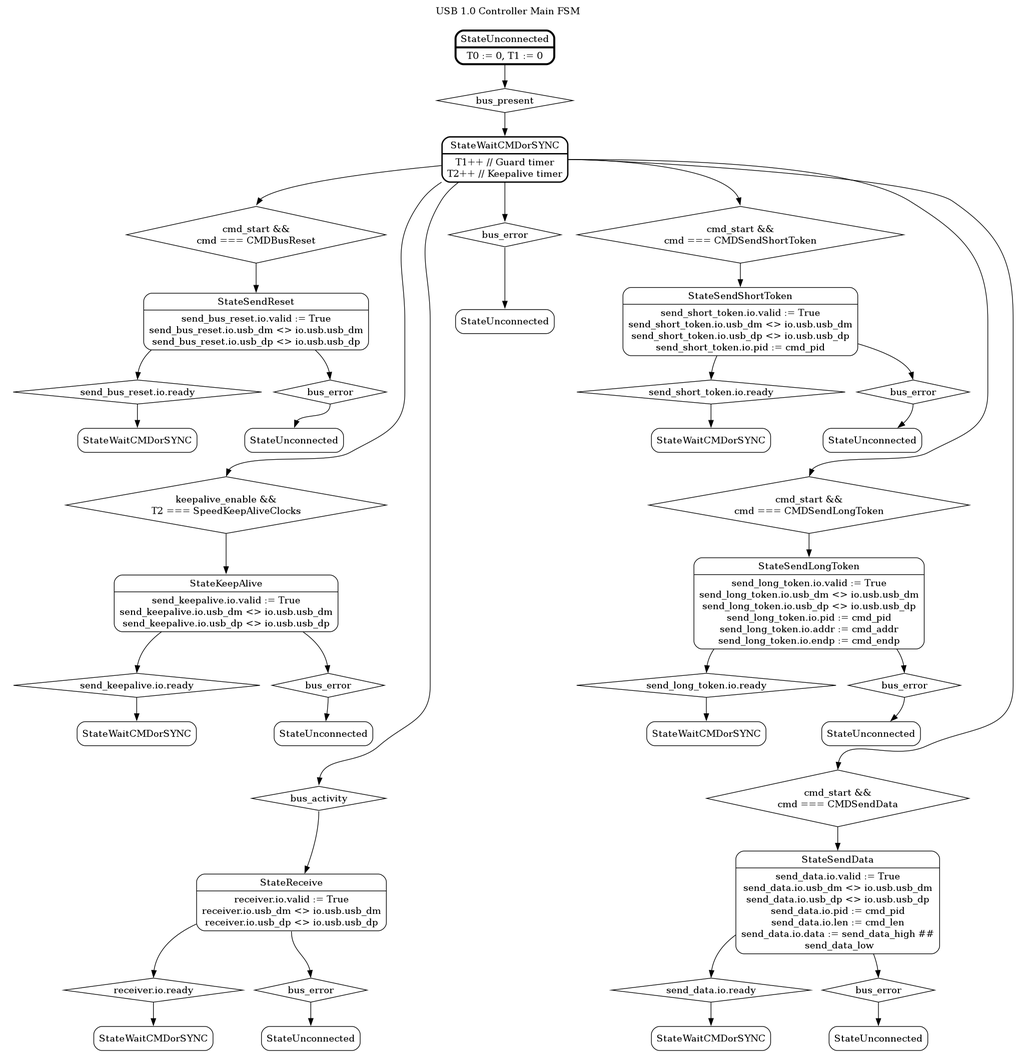
Above: doc/graphs/USB10/USBMain.png in pointcheck/KarnixSOC (Graphviz), before the change. Its source is kept beside it as doc/graphs/USB10/USBMain.dot. Source of this version:
```dot
digraph USBMain {

	labelloc="t";
	label="USB 1.0 Controller Main FSM";
	rankdir=TB; // Layout from top to bottom
	node [shape=Mrecord]; // Shape of the nodes - rounded rect

	subgraph cluster_0 {
		rankdir = TB;
		color = invis;
		label = "";
		StateUnconnected [penwidth=3, label = "{StateUnconnected|T0 := 0, T1 := 0}"];
		StateWaitCMDorSYNC [penwidth=2, label = "{StateWaitCMDorSYNC|T1++ // Guard timer\nT2++ // Keepalive timer}"];
		StateUnconnected -> StateWaitCMDorSYNC0; StateWaitCMDorSYNC0 [shape = diamond, label = "bus_present" ]; StateWaitCMDorSYNC0:s -> StateWaitCMDorSYNC;
	}

	subgraph cluster_1 {
		rankdir = TB;
		color = invis;
		label = "";

		StateWaitCMDorSYNC -> StateSendReset0:n;
		StateSendReset [label = "{StateSendReset|send_bus_reset.io.valid := True\nsend_bus_reset.io.usb_dm \<\> io.usb.usb_dm\nsend_bus_reset.io.usb_dp \<\> io.usb.usb_dp}"];
		StateSendReset -> StateWaitCMDorSYNC2:n; StateWaitCMDorSYNC2 [shape = diamond, label = "send_bus_reset.io.ready"]; StateWaitCMDorSYNC2:s -> StateWaitCMDorSYNC22:n; StateWaitCMDorSYNC22 [label = "StateWaitCMDorSYNC"];
		StateSendReset-> StateUnconnected3:n; StateUnconnected3 [shape = diamond, label = "bus_error"]; StateUnconnected3:s -> StateUnconnected32:n; StateUnconnected32 [label = "StateUnconnected"];
		StateUnconnected32:s -> StateKeepAlive0 [style = invis];
		StateSendReset0:s -> StateSendReset;
	 	StateSendReset0 [ shape = diamond, label = "cmd_start &&\ncmd === CMDBusReset" ];

		StateWaitCMDorSYNC -> StateKeepAlive0:n; StateKeepAlive0 [shape = diamond, label = "keepalive_enable &&\nT2 === SpeedKeepAliveClocks"]; StateKeepAlive0:s -> StateKeepAlive:n;
		StateKeepAlive -> StateWaitCMDorSYNC1:n; StateWaitCMDorSYNC1 [shape = diamond, label = "send_keepalive.io.ready"]; StateWaitCMDorSYNC1:s -> StateWaitCMDorSYNC12:n; StateWaitCMDorSYNC12 [label = "StateWaitCMDorSYNC"];
		StateKeepAlive -> StateUnconnected1:n; StateUnconnected1 [shape = diamond, label = "bus_error"]; StateUnconnected1:s -> StateUnconnected12; StateUnconnected12 [label = "StateUnconnected"];
		StateKeepAlive [ label = "{StateKeepAlive|send_keepalive.io.valid := True\nsend_keepalive.io.usb_dm \<\> io.usb.usb_dm\nsend_keepalive.io.usb_dp \<\> io.usb.usb_dp}" ];
		StateUnconnected12:s -> StateReceive0 [style = invis];

		StateWaitCMDorSYNC -> StateReceive0:n; StateReceive0 [ shape = diamond, label = "bus_activity" ]; StateReceive0:s -> StateReceive; StateReceive [label = "{StateReceive|receiver.io.valid := True\nreceiver.io.usb_dm \<\> io.usb.usb_dm\nreceiver.io.usb_dp \<\> io.usb.usb_dp}"];
		StateReceive -> StateWaitCMDorSYNC3:n; StateWaitCMDorSYNC3 [shape = diamond, label = "receiver.io.ready"]; StateWaitCMDorSYNC3:s -> StateWaitCMDorSYNC32; StateWaitCMDorSYNC32 [label = "StateWaitCMDorSYNC"];
		StateReceive:s -> StateUnconnected4:n; StateUnconnected4 [shape = diamond, label = "bus_error"];
		StateUnconnected4:s -> StateUnconnected42:n; StateUnconnected42 [label = "StateUnconnected"];

	}

	subgraph cluster_2 {
		color = invis;
		label = "";
		StateWaitCMDorSYNC -> StateUnconnected2:n; StateUnconnected2:s -> StateUnconnected123:n; StateUnconnected2 [ shape = diamond, label = "bus_error"]; StateUnconnected123 [label = "{StateUnconnected}"];
	}


	subgraph cluster_3 {
		color = invis;
		label = "";

		StateWaitCMDorSYNC:e -> StateSendData0:n; StateSendData0 [ shape = diamond, label = "cmd_start &&\ncmd === CMDSendData" ]; StateSendData0:s -> StateSendData; StateSendData [ label = "{StateSendData|send_data.io.valid := True\nsend_data.io.usb_dm \<\> io.usb.usb_dm\nsend_data.io.usb_dp \<\> io.usb.usb_dp\nsend_data.io.pid := cmd_pid\nsend_data.io.len := cmd_len\nsend_data.io.data := send_data_high ##\n  send_data_low}"];
		StateWaitCMDorSYNC:e -> StateSendShortToken0:n; StateSendShortToken0 [ shape = diamond, label = "cmd_start &&\ncmd === CMDSendShortToken" ]; StateSendShortToken0:s -> StateSendShortToken; StateSendShortToken [ label = "{StateSendShortToken|send_short_token.io.valid := True\nsend_short_token.io.usb_dm \<\> io.usb.usb_dm\nsend_short_token.io.usb_dp \<\> io.usb.usb_dp\nsend_short_token.io.pid := cmd_pid}"];
		StateWaitCMDorSYNC:e -> StateSendLongToken0:n; StateSendLongToken0 [ shape = diamond, label = "cmd_start &&\ncmd === CMDSendLongToken" ]; StateSendLongToken0:s -> StateSendLongToken:n; StateSendLongToken [ label = "{StateSendLongToken|send_long_token.io.valid := True\nsend_long_token.io.usb_dm \<\>\ io.usb.usb_dm\nsend_long_token.io.usb_dp \<\> io.usb.usb_dp\nsend_long_token.io.pid := cmd_pid\nsend_long_token.io.addr := cmd_addr\nsend_long_token.io.endp := cmd_endp}"];


		StateSendShortToken -> StateWaitCMDorSYNC5:n; StateWaitCMDorSYNC5 [shape = diamond, label = "send_short_token.io.ready"]; StateWaitCMDorSYNC5:s -> StateWaitCMDorSYNC52:n; StateWaitCMDorSYNC52 [label = "StateWaitCMDorSYNC"];
		StateSendShortToken -> StateUnconnected6:n; StateUnconnected6 [shape = diamond, label = "bus_error"]; StateUnconnected6:s -> StateUnconnected62; StateUnconnected62 [label = "StateUnconnected"];


		StateSendData -> StateWaitCMDorSYNC4:n; StateWaitCMDorSYNC4 [shape = diamond, label = "send_data.io.ready"]; StateWaitCMDorSYNC4:s -> StateWaitCMDorSYNC42:n; StateWaitCMDorSYNC42 [label = "StateWaitCMDorSYNC"];
		StateSendData -> StateUnconnected5:n; StateUnconnected5 [shape = diamond, label = "bus_error"]; StateUnconnected5:s -> StateUnconnected52; StateUnconnected52 [label = "StateUnconnected"];


		StateSendLongToken -> StateWaitCMDorSYNC6:n; StateWaitCMDorSYNC6 [shape = diamond, label = "send_long_token.io.ready"]; StateWaitCMDorSYNC6:s -> StateWaitCMDorSYNC62:n; StateWaitCMDorSYNC62 [label = "StateWaitCMDorSYNC"];
		StateSendLongToken -> StateUnconnected7:n; StateUnconnected7 [shape = diamond, label = "bus_error"]; StateUnconnected7:s -> StateUnconnected72; StateUnconnected72 [label = "StateUnconnected"];

		StateUnconnected62 -> StateSendLongToken0 [style = invis];
		StateUnconnected72 -> StateSendData0 [style = invis]
	}

}
```
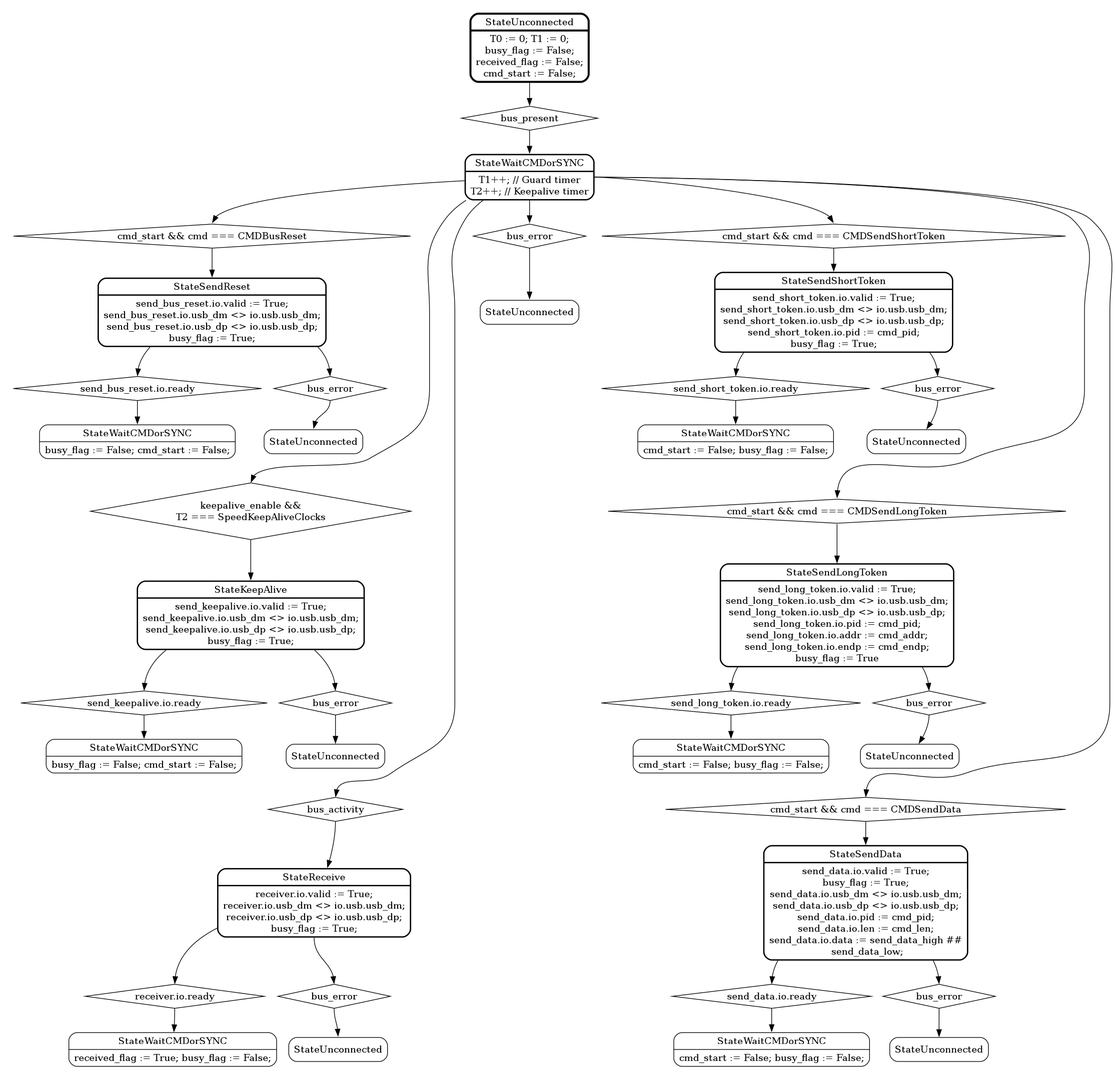
After the change.

The edit, as a diff of the source:
```diff
@@ -1,7 +1,5 @@
 digraph USBMain {
 
-	labelloc="t";
-	label="USB 1.0 Controller Main FSM";
 	rankdir=TB; // Layout from top to bottom
 	node [shape=Mrecord]; // Shape of the nodes - rounded rect
 
@@ -9,8 +7,8 @@
 		rankdir = TB;
 		color = invis;
 		label = "";
-		StateUnconnected [penwidth=3, label = "{StateUnconnected|T0 := 0, T1 := 0}"];
-		StateWaitCMDorSYNC [penwidth=2, label = "{StateWaitCMDorSYNC|T1++ // Guard timer\nT2++ // Keepalive timer}"];
+		StateUnconnected [penwidth=3, label = "{StateUnconnected|T0 := 0; T1 := 0;\nbusy_flag := False;\nreceived_flag := False;\ncmd_start := False;}"];
+		StateWaitCMDorSYNC [penwidth=2, label = "{StateWaitCMDorSYNC|T1++; // Guard timer\nT2++; // Keepalive timer}"];
 		StateUnconnected -> StateWaitCMDorSYNC0; StateWaitCMDorSYNC0 [shape = diamond, label = "bus_present" ]; StateWaitCMDorSYNC0:s -> StateWaitCMDorSYNC;
 	}
 
@@ -20,21 +18,21 @@
 		label = "";
 
 		StateWaitCMDorSYNC -> StateSendReset0:n;
-		StateSendReset [label = "{StateSendReset|send_bus_reset.io.valid := True\nsend_bus_reset.io.usb_dm \<\> io.usb.usb_dm\nsend_bus_reset.io.usb_dp \<\> io.usb.usb_dp}"];
-		StateSendReset -> StateWaitCMDorSYNC2:n; StateWaitCMDorSYNC2 [shape = diamond, label = "send_bus_reset.io.ready"]; StateWaitCMDorSYNC2:s -> StateWaitCMDorSYNC22:n; StateWaitCMDorSYNC22 [label = "StateWaitCMDorSYNC"];
+		StateSendReset [penwidth=2, label = "{StateSendReset|send_bus_reset.io.valid := True;\nsend_bus_reset.io.usb_dm \<\> io.usb.usb_dm;\nsend_bus_reset.io.usb_dp \<\> io.usb.usb_dp;\nbusy_flag := True;}"];
+		StateSendReset -> StateWaitCMDorSYNC2:n; StateWaitCMDorSYNC2 [shape = diamond, label = "send_bus_reset.io.ready"]; StateWaitCMDorSYNC2:s -> StateWaitCMDorSYNC22:n; StateWaitCMDorSYNC22 [label = "{StateWaitCMDorSYNC|busy_flag := False; cmd_start := False;\n}"];
 		StateSendReset-> StateUnconnected3:n; StateUnconnected3 [shape = diamond, label = "bus_error"]; StateUnconnected3:s -> StateUnconnected32:n; StateUnconnected32 [label = "StateUnconnected"];
 		StateUnconnected32:s -> StateKeepAlive0 [style = invis];
 		StateSendReset0:s -> StateSendReset;
-	 	StateSendReset0 [ shape = diamond, label = "cmd_start &&\ncmd === CMDBusReset" ];
+	 	StateSendReset0 [ shape = diamond, label = "cmd_start && cmd === CMDBusReset" ];
 
 		StateWaitCMDorSYNC -> StateKeepAlive0:n; StateKeepAlive0 [shape = diamond, label = "keepalive_enable &&\nT2 === SpeedKeepAliveClocks"]; StateKeepAlive0:s -> StateKeepAlive:n;
-		StateKeepAlive -> StateWaitCMDorSYNC1:n; StateWaitCMDorSYNC1 [shape = diamond, label = "send_keepalive.io.ready"]; StateWaitCMDorSYNC1:s -> StateWaitCMDorSYNC12:n; StateWaitCMDorSYNC12 [label = "StateWaitCMDorSYNC"];
+		StateKeepAlive -> StateWaitCMDorSYNC1:n; StateWaitCMDorSYNC1 [shape = diamond, label = "send_keepalive.io.ready"]; StateWaitCMDorSYNC1:s -> StateWaitCMDorSYNC12:n; StateWaitCMDorSYNC12 [label = "{StateWaitCMDorSYNC|busy_flag := False; cmd_start := False;}"];
 		StateKeepAlive -> StateUnconnected1:n; StateUnconnected1 [shape = diamond, label = "bus_error"]; StateUnconnected1:s -> StateUnconnected12; StateUnconnected12 [label = "StateUnconnected"];
-		StateKeepAlive [ label = "{StateKeepAlive|send_keepalive.io.valid := True\nsend_keepalive.io.usb_dm \<\> io.usb.usb_dm\nsend_keepalive.io.usb_dp \<\> io.usb.usb_dp}" ];
+		StateKeepAlive [penwidth=2, label = "{StateKeepAlive|send_keepalive.io.valid := True;\nsend_keepalive.io.usb_dm \<\> io.usb.usb_dm;\nsend_keepalive.io.usb_dp \<\> io.usb.usb_dp;\nbusy_flag := True;}" ];
 		StateUnconnected12:s -> StateReceive0 [style = invis];
 
-		StateWaitCMDorSYNC -> StateReceive0:n; StateReceive0 [ shape = diamond, label = "bus_activity" ]; StateReceive0:s -> StateReceive; StateReceive [label = "{StateReceive|receiver.io.valid := True\nreceiver.io.usb_dm \<\> io.usb.usb_dm\nreceiver.io.usb_dp \<\> io.usb.usb_dp}"];
-		StateReceive -> StateWaitCMDorSYNC3:n; StateWaitCMDorSYNC3 [shape = diamond, label = "receiver.io.ready"]; StateWaitCMDorSYNC3:s -> StateWaitCMDorSYNC32; StateWaitCMDorSYNC32 [label = "StateWaitCMDorSYNC"];
+		StateWaitCMDorSYNC -> StateReceive0:n; StateReceive0 [ shape = diamond, label = "bus_activity" ]; StateReceive0:s -> StateReceive; StateReceive [penwidth=2, label = "{StateReceive|receiver.io.valid := True;\nreceiver.io.usb_dm \<\> io.usb.usb_dm;\nreceiver.io.usb_dp \<\> io.usb.usb_dp;\nbusy_flag := True;}"];
+		StateReceive -> StateWaitCMDorSYNC3:n; StateWaitCMDorSYNC3 [shape = diamond, label = "receiver.io.ready"]; StateWaitCMDorSYNC3:s -> StateWaitCMDorSYNC32; StateWaitCMDorSYNC32 [label = "{StateWaitCMDorSYNC|received_flag := True; busy_flag := False;}"];
 		StateReceive:s -> StateUnconnected4:n; StateUnconnected4 [shape = diamond, label = "bus_error"];
 		StateUnconnected4:s -> StateUnconnected42:n; StateUnconnected42 [label = "StateUnconnected"];
 
@@ -51,20 +49,20 @@
 		color = invis;
 		label = "";
 
-		StateWaitCMDorSYNC:e -> StateSendData0:n; StateSendData0 [ shape = diamond, label = "cmd_start &&\ncmd === CMDSendData" ]; StateSendData0:s -> StateSendData; StateSendData [ label = "{StateSendData|send_data.io.valid := True\nsend_data.io.usb_dm \<\> io.usb.usb_dm\nsend_data.io.usb_dp \<\> io.usb.usb_dp\nsend_data.io.pid := cmd_pid\nsend_data.io.len := cmd_len\nsend_data.io.data := send_data_high ##\n  send_data_low}"];
-		StateWaitCMDorSYNC:e -> StateSendShortToken0:n; StateSendShortToken0 [ shape = diamond, label = "cmd_start &&\ncmd === CMDSendShortToken" ]; StateSendShortToken0:s -> StateSendShortToken; StateSendShortToken [ label = "{StateSendShortToken|send_short_token.io.valid := True\nsend_short_token.io.usb_dm \<\> io.usb.usb_dm\nsend_short_token.io.usb_dp \<\> io.usb.usb_dp\nsend_short_token.io.pid := cmd_pid}"];
-		StateWaitCMDorSYNC:e -> StateSendLongToken0:n; StateSendLongToken0 [ shape = diamond, label = "cmd_start &&\ncmd === CMDSendLongToken" ]; StateSendLongToken0:s -> StateSendLongToken:n; StateSendLongToken [ label = "{StateSendLongToken|send_long_token.io.valid := True\nsend_long_token.io.usb_dm \<\>\ io.usb.usb_dm\nsend_long_token.io.usb_dp \<\> io.usb.usb_dp\nsend_long_token.io.pid := cmd_pid\nsend_long_token.io.addr := cmd_addr\nsend_long_token.io.endp := cmd_endp}"];
+		StateWaitCMDorSYNC:e -> StateSendData0:n; StateSendData0 [ shape = diamond, label = "cmd_start && cmd === CMDSendData" ]; StateSendData0:s -> StateSendData; StateSendData [penwidth=2, label = "{StateSendData|send_data.io.valid := True;\nbusy_flag := True;\nsend_data.io.usb_dm \<\> io.usb.usb_dm;\nsend_data.io.usb_dp \<\> io.usb.usb_dp;\nsend_data.io.pid := cmd_pid;\nsend_data.io.len := cmd_len;\nsend_data.io.data := send_data_high ##\n  send_data_low;}"];
+		StateWaitCMDorSYNC:e -> StateSendShortToken0:n; StateSendShortToken0 [ shape = diamond, label = "cmd_start && cmd === CMDSendShortToken" ]; StateSendShortToken0:s -> StateSendShortToken; StateSendShortToken [penwidth=2, label = "{StateSendShortToken|send_short_token.io.valid := True;\nsend_short_token.io.usb_dm \<\> io.usb.usb_dm;\nsend_short_token.io.usb_dp \<\> io.usb.usb_dp;\nsend_short_token.io.pid := cmd_pid;\nbusy_flag := True;}"];
+		StateWaitCMDorSYNC:e -> StateSendLongToken0:n; StateSendLongToken0 [ shape = diamond, label = "cmd_start && cmd === CMDSendLongToken" ]; StateSendLongToken0:s -> StateSendLongToken:n; StateSendLongToken [penwidth=2, label = "{StateSendLongToken|send_long_token.io.valid := True;\nsend_long_token.io.usb_dm \<\>\ io.usb.usb_dm;\nsend_long_token.io.usb_dp \<\> io.usb.usb_dp;\nsend_long_token.io.pid := cmd_pid;\nsend_long_token.io.addr := cmd_addr;\nsend_long_token.io.endp := cmd_endp;\nbusy_flag := True}"];
 
 
-		StateSendShortToken -> StateWaitCMDorSYNC5:n; StateWaitCMDorSYNC5 [shape = diamond, label = "send_short_token.io.ready"]; StateWaitCMDorSYNC5:s -> StateWaitCMDorSYNC52:n; StateWaitCMDorSYNC52 [label = "StateWaitCMDorSYNC"];
+		StateSendShortToken -> StateWaitCMDorSYNC5:n; StateWaitCMDorSYNC5 [shape = diamond, label = "send_short_token.io.ready"]; StateWaitCMDorSYNC5:s -> StateWaitCMDorSYNC52:n; StateWaitCMDorSYNC52 [label = "{StateWaitCMDorSYNC|cmd_start := False; busy_flag := False;}"];
 		StateSendShortToken -> StateUnconnected6:n; StateUnconnected6 [shape = diamond, label = "bus_error"]; StateUnconnected6:s -> StateUnconnected62; StateUnconnected62 [label = "StateUnconnected"];
 
 
-		StateSendData -> StateWaitCMDorSYNC4:n; StateWaitCMDorSYNC4 [shape = diamond, label = "send_data.io.ready"]; StateWaitCMDorSYNC4:s -> StateWaitCMDorSYNC42:n; StateWaitCMDorSYNC42 [label = "StateWaitCMDorSYNC"];
+		StateSendData -> StateWaitCMDorSYNC4:n; StateWaitCMDorSYNC4 [shape = diamond, label = "send_data.io.ready"]; StateWaitCMDorSYNC4:s -> StateWaitCMDorSYNC42:n; StateWaitCMDorSYNC42 [label = "{StateWaitCMDorSYNC|cmd_start := False; busy_flag := False;}"];
 		StateSendData -> StateUnconnected5:n; StateUnconnected5 [shape = diamond, label = "bus_error"]; StateUnconnected5:s -> StateUnconnected52; StateUnconnected52 [label = "StateUnconnected"];
 
 
-		StateSendLongToken -> StateWaitCMDorSYNC6:n; StateWaitCMDorSYNC6 [shape = diamond, label = "send_long_token.io.ready"]; StateWaitCMDorSYNC6:s -> StateWaitCMDorSYNC62:n; StateWaitCMDorSYNC62 [label = "StateWaitCMDorSYNC"];
+		StateSendLongToken -> StateWaitCMDorSYNC6:n; StateWaitCMDorSYNC6 [shape = diamond, label = "send_long_token.io.ready"]; StateWaitCMDorSYNC6:s -> StateWaitCMDorSYNC62:n; StateWaitCMDorSYNC62 [label = "{StateWaitCMDorSYNC|cmd_start := False; busy_flag := False;}"];
 		StateSendLongToken -> StateUnconnected7:n; StateUnconnected7 [shape = diamond, label = "bus_error"]; StateUnconnected7:s -> StateUnconnected72; StateUnconnected72 [label = "StateUnconnected"];
 
 		StateUnconnected62 -> StateSendLongToken0 [style = invis];
```
